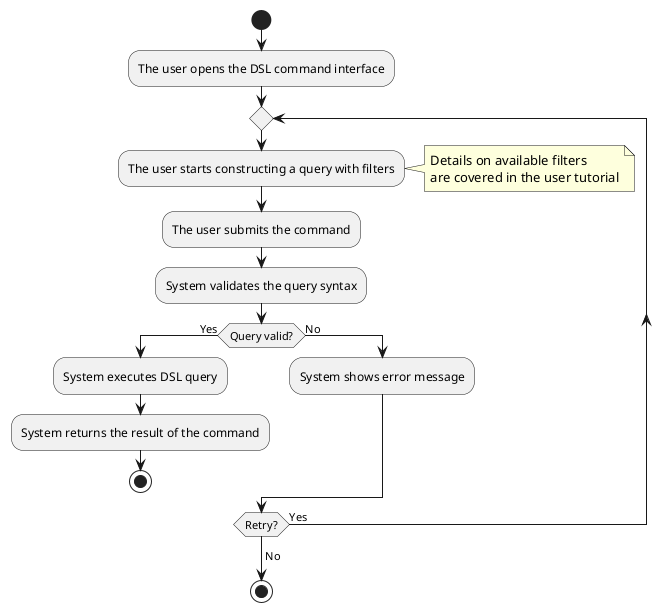
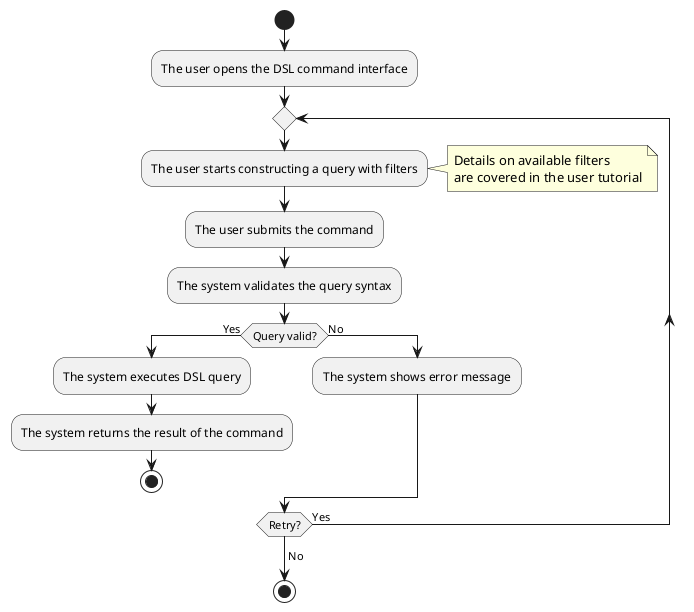
@startuml
start
:The user opens the DSL command interface;

repeat
  :The user starts constructing a query with filters;
  note right
    Details on available filters
    are covered in the user tutorial
  end note

  :The user submits the command;
-   :System validates the query syntax;
+   :The system validates the query syntax;

  if (Query valid?) then (Yes)
-     :System executes DSL query;
-     :System returns the result of the command;
+     :The system executes DSL query;
+     :The system returns the result of the command;
    stop
  else (No)
-     :System shows error message;
+     :The system shows error message;
  endif

repeat while (Retry?) is (Yes)
->No;
stop

@enduml